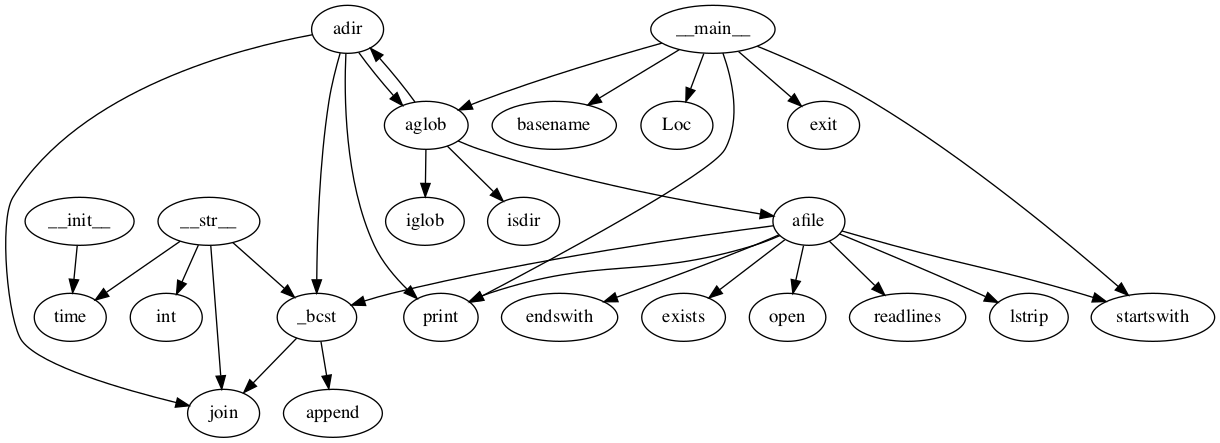
Above: CallGraph_images/LinesOfCode.png in JordanCoyne97/Final_Year_Project (Graphviz), before the change. Its source is kept beside it as CallGraph_dots/LinesOfCode.dot.
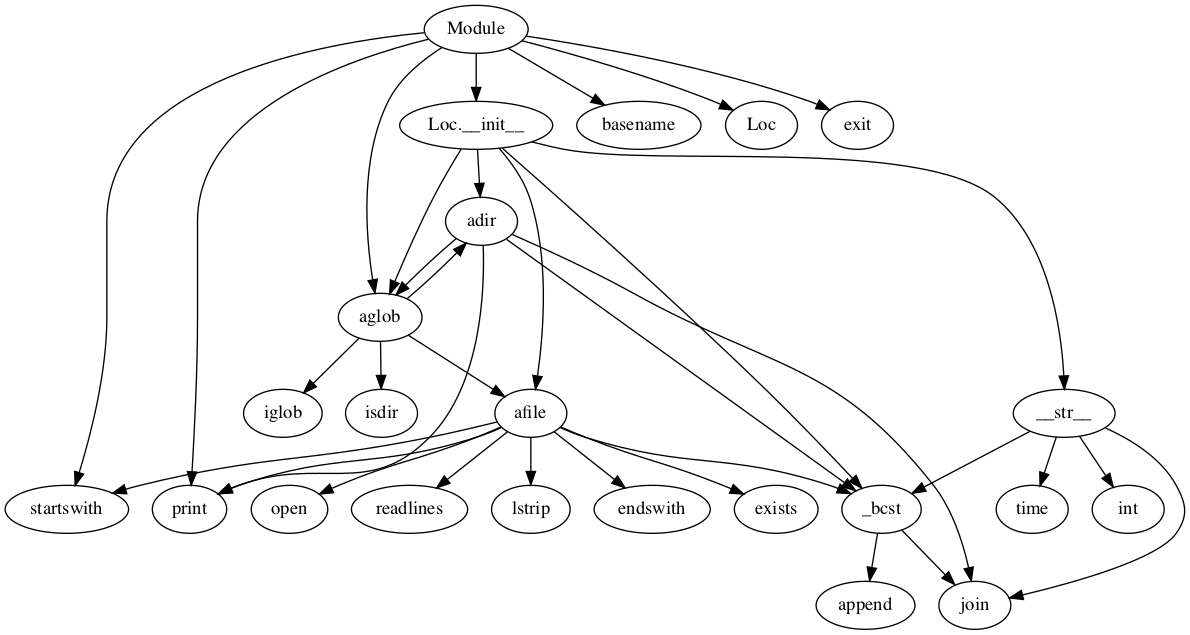
Above is the later version.

The edit, as a diff of the source:
```diff
@@ -1,7 +1,6 @@
 strict digraph  {
-__init__;
+__str__;
 time;
-__str__;
 int;
 _bcst;
 join;
@@ -18,11 +17,11 @@
 startswith;
 iglob;
 isdir;
-__main__;
+Module;
+"Loc.__init__";
 basename;
 Loc;
 exit;
-__init__ -> time;
 __str__ -> time;
 __str__ -> int;
 __str__ -> _bcst;
@@ -45,10 +44,16 @@
 afile -> startswith;
 afile -> _bcst;
 afile -> print;
-__main__ -> basename;
-__main__ -> Loc;
-__main__ -> startswith;
-__main__ -> aglob;
-__main__ -> print;
-__main__ -> exit;
+Module -> "Loc.__init__";
+Module -> basename;
+Module -> Loc;
+Module -> startswith;
+Module -> aglob;
+Module -> print;
+Module -> exit;
+"Loc.__init__" -> __str__;
+"Loc.__init__" -> _bcst;
+"Loc.__init__" -> adir;
+"Loc.__init__" -> afile;
+"Loc.__init__" -> aglob;
 }
```
